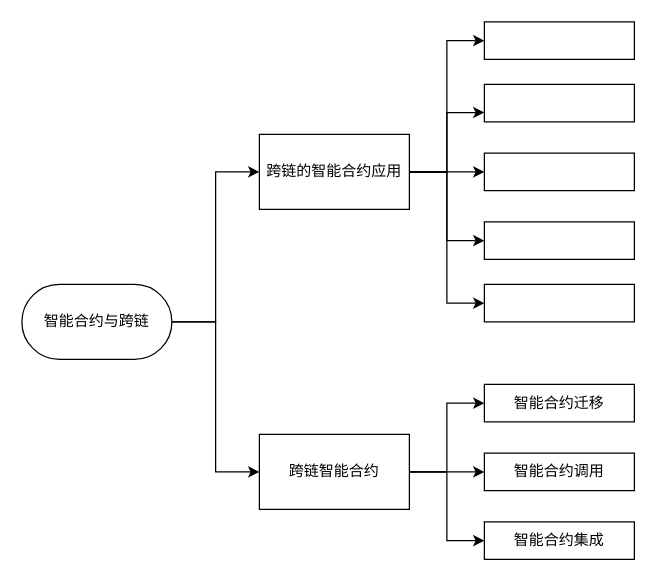
Above: 未命名绘图.drawio in hzhdl/crosschain_SC (draw.io), before the change. Source tidied: cells renumbered, new cells numbered last; positions are measured from the earlier drawing's top-left corner, leaving out a move shared by most shapes. Both pictures are drawn from the tidied source at 125%, with x=0, y=0 at pixel (21, 21).
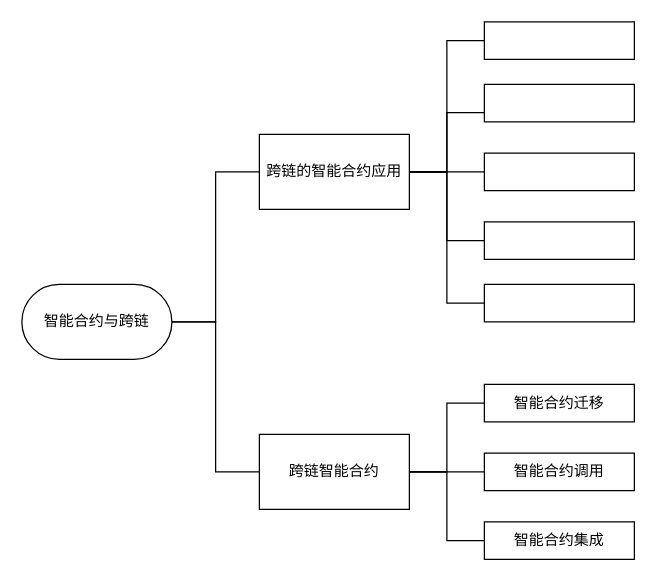
After the change.

Commit message (it also covers changes not shown here):
更新未命名绘图.drawio

Unchanged cells that the change refers to:
```xml
<mxCell id="4" value="智能合约与跨链" style="rounded=1;whiteSpace=wrap;html=1;arcSize=50;" parent="1" vertex="1">
  <mxGeometry y="210" width="120" height="60" as="geometry" />
</mxCell>
<mxCell id="8" value="跨链智能合约" style="rounded=0;whiteSpace=wrap;html=1;" parent="1" vertex="1">
  <mxGeometry x="190" y="330" width="120" height="60" as="geometry" />
</mxCell>
<mxCell id="14" value="跨链的智能合约应用" style="rounded=0;whiteSpace=wrap;html=1;" parent="1" vertex="1">
  <mxGeometry x="190" y="90" width="120" height="60" as="geometry" />
</mxCell>
<mxCell id="15" style="rounded=0;whiteSpace=wrap;html=1;flipH=0;flipV=1;" parent="1" vertex="1">
  <mxGeometry x="370" y="50" width="120" height="30" as="geometry" />
</mxCell>
<mxCell id="16" style="rounded=0;whiteSpace=wrap;html=1;flipH=0;flipV=1;" parent="1" vertex="1">
  <mxGeometry x="370" width="120" height="30" as="geometry" />
</mxCell>
<mxCell id="17" style="rounded=0;whiteSpace=wrap;html=1;flipH=0;flipV=1;" parent="1" vertex="1">
  <mxGeometry x="370" y="210" width="120" height="30" as="geometry" />
</mxCell>
<mxCell id="18" style="rounded=0;whiteSpace=wrap;html=1;flipH=0;flipV=1;" parent="1" vertex="1">
  <mxGeometry x="370" y="105" width="120" height="30" as="geometry" />
</mxCell>
<mxCell id="19" style="rounded=0;whiteSpace=wrap;html=1;flipH=0;flipV=1;" parent="1" vertex="1">
  <mxGeometry x="370" y="160" width="120" height="30" as="geometry" />
</mxCell>
<mxCell id="20" value="智能合约集成" style="rounded=0;whiteSpace=wrap;html=1;flipH=0;flipV=1;" parent="1" vertex="1">
  <mxGeometry x="370" y="400" width="120" height="30" as="geometry" />
</mxCell>
<mxCell id="21" value="智能合约调用" style="rounded=0;whiteSpace=wrap;html=1;flipH=0;flipV=1;" parent="1" vertex="1">
  <mxGeometry x="370" y="345" width="120" height="30" as="geometry" />
</mxCell>
<mxCell id="22" value="智能合约迁移" style="rounded=0;whiteSpace=wrap;html=1;flipH=0;flipV=1;" parent="1" vertex="1">
  <mxGeometry x="370" y="290" width="120" height="30" as="geometry" />
</mxCell>
```

The edit, as a diff of the source:
```diff
@@
-    <mxCell id="2" style="edgeStyle=orthogonalEdgeStyle;rounded=0;jettySize=auto;html=1;entryX=0;entryY=0.5;entryDx=0;entryDy=0;" parent="1" edge="1" source="4" target="14">
+    <mxCell id="2" style="edgeStyle=orthogonalEdgeStyle;rounded=0;jettySize=auto;html=1;entryX=0;entryY=0.5;entryDx=0;entryDy=0;endArrow=none;endFill=0;" parent="1" edge="1" source="4" target="14">
       <mxGeometry relative="1" as="geometry" />
     </mxCell>
-    <mxCell id="3" style="edgeStyle=orthogonalEdgeStyle;rounded=0;jettySize=auto;html=1;entryX=0;entryY=0.5;entryDx=0;entryDy=0;" parent="1" edge="1" source="4" target="8">
+    <mxCell id="3" style="edgeStyle=orthogonalEdgeStyle;rounded=0;jettySize=auto;html=1;entryX=0;entryY=0.5;entryDx=0;entryDy=0;endArrow=none;endFill=0;" parent="1" edge="1" source="4" target="8">
       <mxGeometry relative="1" as="geometry" />
     </mxCell>
@@
-    <mxCell id="5" style="edgeStyle=orthogonalEdgeStyle;rounded=0;jettySize=auto;html=1;entryX=0;entryY=0.5;entryDx=0;entryDy=0;" parent="1" edge="1" source="8" target="22">
+    <mxCell id="5" style="edgeStyle=orthogonalEdgeStyle;rounded=0;jettySize=auto;html=1;entryX=0;entryY=0.5;entryDx=0;entryDy=0;endArrow=none;endFill=0;" parent="1" edge="1" source="8" target="22">
       <mxGeometry relative="1" as="geometry" />
     </mxCell>
-    <mxCell id="6" style="edgeStyle=orthogonalEdgeStyle;rounded=0;jettySize=auto;html=1;entryX=0;entryY=0.5;entryDx=0;entryDy=0;" parent="1" edge="1" source="8" target="21">
+    <mxCell id="6" style="edgeStyle=orthogonalEdgeStyle;rounded=0;jettySize=auto;html=1;entryX=0;entryY=0.5;entryDx=0;entryDy=0;endArrow=none;endFill=0;" parent="1" edge="1" source="8" target="21">
       <mxGeometry relative="1" as="geometry" />
     </mxCell>
-    <mxCell id="7" style="edgeStyle=orthogonalEdgeStyle;rounded=0;jettySize=auto;html=1;entryX=0;entryY=0.5;entryDx=0;entryDy=0;" parent="1" edge="1" source="8" target="20">
+    <mxCell id="7" style="edgeStyle=orthogonalEdgeStyle;rounded=0;jettySize=auto;html=1;entryX=0;entryY=0.5;entryDx=0;entryDy=0;endArrow=none;endFill=0;" parent="1" edge="1" source="8" target="20">
       <mxGeometry relative="1" as="geometry" />
     </mxCell>
@@
-    <mxCell id="9" style="edgeStyle=orthogonalEdgeStyle;rounded=0;jettySize=auto;html=1;entryX=0;entryY=0.5;entryDx=0;entryDy=0;" parent="1" edge="1" source="14" target="16">
+    <mxCell id="9" style="edgeStyle=orthogonalEdgeStyle;rounded=0;jettySize=auto;html=1;entryX=0;entryY=0.5;entryDx=0;entryDy=0;endArrow=none;endFill=0;" parent="1" edge="1" source="14" target="16">
       <mxGeometry relative="1" as="geometry" />
     </mxCell>
-    <mxCell id="10" style="edgeStyle=orthogonalEdgeStyle;rounded=0;jettySize=auto;html=1;entryX=0;entryY=0.75;entryDx=0;entryDy=0;" parent="1" edge="1" source="14" target="15">
+    <mxCell id="10" style="edgeStyle=orthogonalEdgeStyle;rounded=0;jettySize=auto;html=1;entryX=0;entryY=0.75;entryDx=0;entryDy=0;endArrow=none;endFill=0;" parent="1" edge="1" source="14" target="15">
       <mxGeometry relative="1" as="geometry" />
     </mxCell>
-    <mxCell id="11" style="edgeStyle=orthogonalEdgeStyle;rounded=0;jettySize=auto;html=1;entryX=0;entryY=0.5;entryDx=0;entryDy=0;" parent="1" edge="1" source="14" target="18">
+    <mxCell id="11" style="edgeStyle=orthogonalEdgeStyle;rounded=0;jettySize=auto;html=1;entryX=0;entryY=0.5;entryDx=0;entryDy=0;endArrow=none;endFill=0;" parent="1" edge="1" source="14" target="18">
       <mxGeometry relative="1" as="geometry" />
     </mxCell>
-    <mxCell id="12" style="edgeStyle=orthogonalEdgeStyle;rounded=0;jettySize=auto;html=1;entryX=0;entryY=0.5;entryDx=0;entryDy=0;" parent="1" edge="1" source="14" target="19">
+    <mxCell id="12" style="edgeStyle=orthogonalEdgeStyle;rounded=0;jettySize=auto;html=1;entryX=0;entryY=0.5;entryDx=0;entryDy=0;endArrow=none;endFill=0;" parent="1" edge="1" source="14" target="19">
       <mxGeometry relative="1" as="geometry" />
     </mxCell>
-    <mxCell id="13" style="edgeStyle=orthogonalEdgeStyle;rounded=0;jettySize=auto;html=1;entryX=0;entryY=0.5;entryDx=0;entryDy=0;" parent="1" edge="1" source="14" target="17">
+    <mxCell id="13" style="edgeStyle=orthogonalEdgeStyle;rounded=0;jettySize=auto;html=1;entryX=0;entryY=0.5;entryDx=0;entryDy=0;endArrow=none;endFill=0;" parent="1" edge="1" source="14" target="17">
       <mxGeometry relative="1" as="geometry" />
     </mxCell>
```
